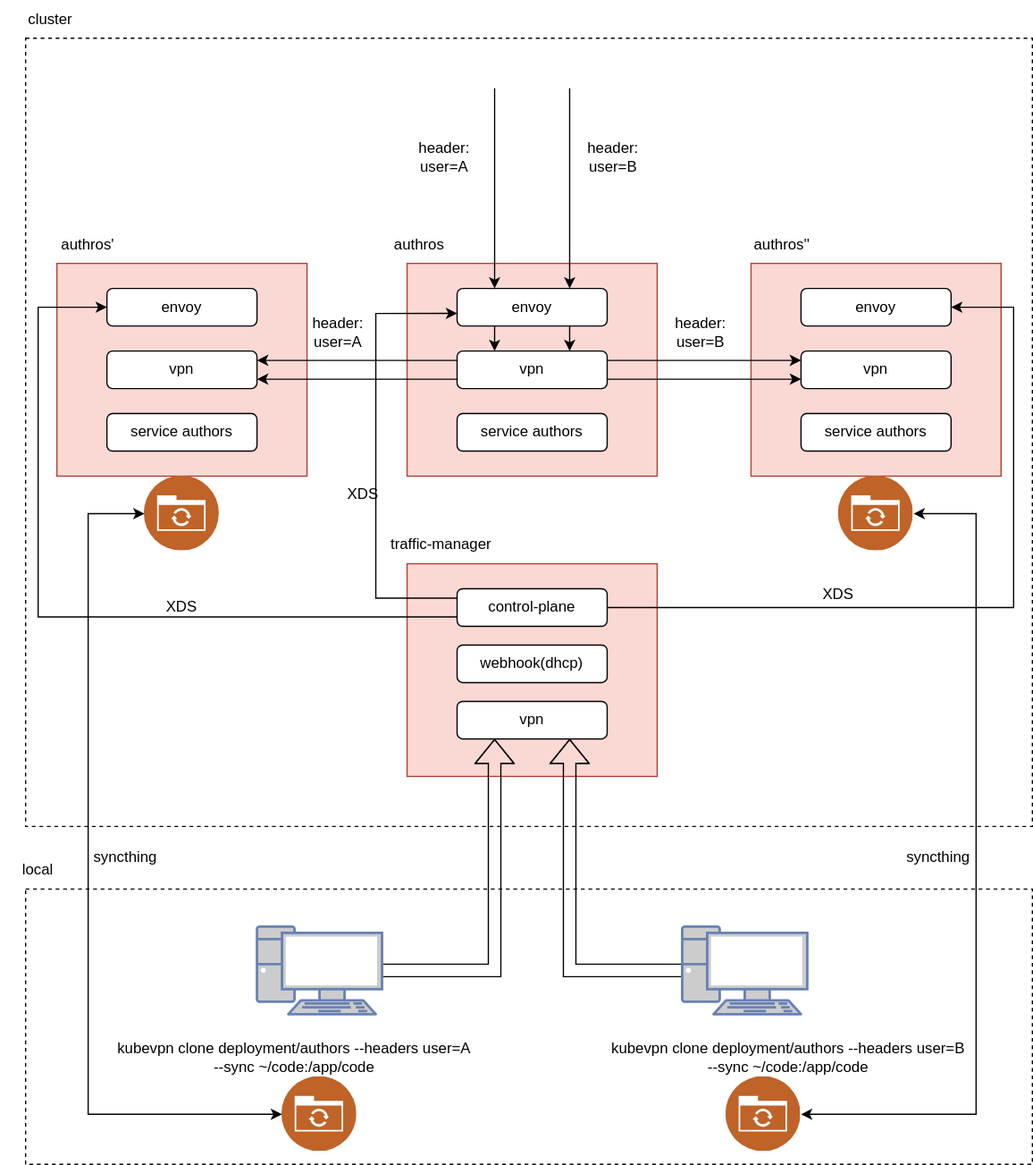
kubenetworks/kubenetworks.github.io keeps this draw.io diagram as i18n/zh/docusaurus-plugin-content-docs/current/architecture/clone.svg. Above is the earlier version. Source tidied: cells renumbered, new cells last; positions are measured from the earlier drawing's top-left corner, leaving out a move shared by most shapes. The source it was exported from:
```xml
<mxGraphModel>
  <root>
    <mxCell id="0" />
    <mxCell id="1" parent="0" />
    <mxCell id="2" style="rounded=0;whiteSpace=wrap;html=1;dashed=1;" parent="1" vertex="1">
      <mxGeometry x="20" y="710" width="805" height="220" as="geometry" />
    </mxCell>
    <mxCell id="3" style="rounded=0;whiteSpace=wrap;html=1;dashed=1;" parent="1" vertex="1">
      <mxGeometry x="20" y="30" width="805" height="630" as="geometry" />
    </mxCell>
    <mxCell id="4" style="rounded=0;whiteSpace=wrap;html=1;fillColor=#fad9d5;strokeColor=#ae4132;" parent="1" vertex="1">
      <mxGeometry x="325" y="210" width="200" height="170" as="geometry" />
    </mxCell>
    <mxCell id="5" style="rounded=0;whiteSpace=wrap;html=1;fillColor=#fad9d5;strokeColor=#ae4132;" parent="1" vertex="1">
      <mxGeometry x="325" y="450" width="200" height="170" as="geometry" />
    </mxCell>
    <mxCell id="6" style="edgeStyle=orthogonalEdgeStyle;rounded=0;jettySize=auto;html=1;entryX=0.2;entryY=0.235;entryDx=0;entryDy=0;entryPerimeter=0;exitX=0;exitY=0.25;exitDx=0;exitDy=0;curved=0;" parent="1" edge="1" source="9" target="4">
      <mxGeometry relative="1" as="geometry">
        <Array as="points">
          <mxPoint x="300" y="477" />
          <mxPoint x="300" y="250" />
        </Array>
      </mxGeometry>
    </mxCell>
    <mxCell id="7" value="webhook(dhcp)" style="rounded=1;whiteSpace=wrap;html=1;" parent="1" vertex="1">
      <mxGeometry x="365" y="515" width="120" height="30" as="geometry" />
    </mxCell>
    <mxCell id="8" value="vpn" style="rounded=1;whiteSpace=wrap;html=1;" parent="1" vertex="1">
      <mxGeometry x="365" y="560" width="120" height="30" as="geometry" />
    </mxCell>
    <mxCell id="9" value="control-plane" style="rounded=1;whiteSpace=wrap;html=1;" parent="1" vertex="1">
      <mxGeometry x="365" y="470" width="120" height="30" as="geometry" />
    </mxCell>
    <mxCell id="10" value="envoy" style="rounded=1;whiteSpace=wrap;html=1;" parent="1" vertex="1">
      <mxGeometry x="365" y="230" width="120" height="30" as="geometry" />
    </mxCell>
    <mxCell id="11" value="service authors" style="rounded=1;whiteSpace=wrap;html=1;" parent="1" vertex="1">
      <mxGeometry x="365" y="330" width="120" height="30" as="geometry" />
    </mxCell>
    <mxCell id="12" value="vpn" style="rounded=1;whiteSpace=wrap;html=1;" parent="1" vertex="1">
      <mxGeometry x="365" y="280" width="120" height="30" as="geometry" />
    </mxCell>
    <mxCell id="13" style="endArrow=classic;html=1;rounded=0;entryX=0.25;entryY=0;entryDx=0;entryDy=0;" parent="1" edge="1" target="10">
      <mxGeometry relative="1" as="geometry">
        <mxPoint x="395" y="70" as="sourcePoint" />
      </mxGeometry>
    </mxCell>
    <mxCell id="14" style="endArrow=classic;html=1;rounded=0;entryX=0.75;entryY=0;entryDx=0;entryDy=0;" parent="1" edge="1" target="10">
      <mxGeometry relative="1" as="geometry">
        <mxPoint x="455" y="70" as="sourcePoint" />
      </mxGeometry>
    </mxCell>
    <mxCell id="15" value="header:&lt;div&gt;user=A&lt;/div&gt;" style="text;html=1;align=center;verticalAlign=middle;whiteSpace=wrap;rounded=0;" parent="1" vertex="1">
      <mxGeometry x="325" y="110" width="60" height="30" as="geometry" />
    </mxCell>
    <mxCell id="16" value="header:&lt;div&gt;user=B&lt;/div&gt;" style="text;html=1;align=center;verticalAlign=middle;whiteSpace=wrap;rounded=0;" parent="1" vertex="1">
      <mxGeometry x="460" y="110" width="60" height="30" as="geometry" />
    </mxCell>
    <mxCell id="17" style="edgeStyle=orthogonalEdgeStyle;rounded=0;jettySize=auto;html=1;entryX=0.25;entryY=1;entryDx=0;entryDy=0;startArrow=none;startFill=0;shape=flexArrow;" parent="1" edge="1" source="18" target="8">
      <mxGeometry relative="1" as="geometry" />
    </mxCell>
    <mxCell id="18" style="fontColor=#0066CC;verticalAlign=top;verticalLabelPosition=bottom;labelPosition=center;align=center;html=1;outlineConnect=0;fillColor=#CCCCCC;strokeColor=#6881B3;gradientColor=none;gradientDirection=north;strokeWidth=2;shape=mxgraph.networks.pc;" parent="1" vertex="1">
      <mxGeometry x="205" y="740" width="100" height="70" as="geometry" />
    </mxCell>
    <mxCell id="19" style="edgeStyle=orthogonalEdgeStyle;rounded=0;jettySize=auto;html=1;entryX=0.75;entryY=1;entryDx=0;entryDy=0;startArrow=none;startFill=0;shape=flexArrow;" parent="1" edge="1" source="20" target="8">
      <mxGeometry relative="1" as="geometry" />
    </mxCell>
    <mxCell id="20" style="fontColor=#0066CC;verticalAlign=top;verticalLabelPosition=bottom;labelPosition=center;align=center;html=1;outlineConnect=0;fillColor=#CCCCCC;strokeColor=#6881B3;gradientColor=none;gradientDirection=north;strokeWidth=2;shape=mxgraph.networks.pc;" parent="1" vertex="1">
      <mxGeometry x="545" y="740" width="100" height="70" as="geometry" />
    </mxCell>
    <mxCell id="21" value="kubevpn clone deployment/authors --headers user=A&lt;div&gt;--sync ~/code:/app/code&lt;/div&gt;" style="text;html=1;align=center;verticalAlign=middle;whiteSpace=wrap;rounded=0;" parent="1" vertex="1">
      <mxGeometry x="85" y="830" width="300" height="30" as="geometry" />
    </mxCell>
    <mxCell id="22" value="kubevpn clone deployment/authors --headers user=B&lt;div&gt;--sync ~/code:/app/code&lt;/div&gt;" style="text;html=1;align=center;verticalAlign=middle;whiteSpace=wrap;rounded=0;" parent="1" vertex="1">
      <mxGeometry x="475" y="830" width="310" height="30" as="geometry" />
    </mxCell>
    <mxCell id="23" style="edgeStyle=orthogonalEdgeStyle;rounded=0;jettySize=auto;html=1;exitX=0.25;exitY=1;exitDx=0;exitDy=0;entryX=0.25;entryY=0;entryDx=0;entryDy=0;" parent="1" edge="1" source="10" target="12">
      <mxGeometry relative="1" as="geometry" />
    </mxCell>
    <mxCell id="24" style="edgeStyle=orthogonalEdgeStyle;rounded=0;jettySize=auto;html=1;exitX=0.75;exitY=1;exitDx=0;exitDy=0;entryX=0.75;entryY=0;entryDx=0;entryDy=0;" parent="1" edge="1" source="10" target="12">
      <mxGeometry relative="1" as="geometry" />
    </mxCell>
    <mxCell id="25" value="XDS" style="text;html=1;align=center;verticalAlign=middle;whiteSpace=wrap;rounded=0;" parent="1" vertex="1">
      <mxGeometry x="260" y="380" width="60" height="30" as="geometry" />
    </mxCell>
    <mxCell id="26" value="traffic-manager" style="text;html=1;align=center;verticalAlign=middle;whiteSpace=wrap;rounded=0;" parent="1" vertex="1">
      <mxGeometry x="305" y="420" width="95" height="30" as="geometry" />
    </mxCell>
    <mxCell id="27" value="authros" style="text;html=1;align=center;verticalAlign=middle;whiteSpace=wrap;rounded=0;" parent="1" vertex="1">
      <mxGeometry x="300" y="180" width="70" height="30" as="geometry" />
    </mxCell>
    <mxCell id="28" style="rounded=0;whiteSpace=wrap;html=1;fillColor=#fad9d5;strokeColor=#ae4132;" parent="1" vertex="1">
      <mxGeometry x="600" y="210" width="200" height="170" as="geometry" />
    </mxCell>
    <mxCell id="29" value="envoy" style="rounded=1;whiteSpace=wrap;html=1;" parent="1" vertex="1">
      <mxGeometry x="640" y="230" width="120" height="30" as="geometry" />
    </mxCell>
    <mxCell id="30" value="service authors" style="rounded=1;whiteSpace=wrap;html=1;" parent="1" vertex="1">
      <mxGeometry x="640" y="330" width="120" height="30" as="geometry" />
    </mxCell>
    <mxCell id="31" value="vpn" style="rounded=1;whiteSpace=wrap;html=1;" parent="1" vertex="1">
      <mxGeometry x="640" y="280" width="120" height="30" as="geometry" />
    </mxCell>
    <mxCell id="32" style="edgeStyle=orthogonalEdgeStyle;rounded=0;jettySize=auto;html=1;exitX=1;exitY=0.75;exitDx=0;exitDy=0;entryX=0;entryY=0.75;entryDx=0;entryDy=0;" parent="1" edge="1" source="12" target="31">
      <mxGeometry relative="1" as="geometry" />
    </mxCell>
    <mxCell id="33" style="edgeStyle=orthogonalEdgeStyle;rounded=0;jettySize=auto;html=1;exitX=1;exitY=0.25;exitDx=0;exitDy=0;entryX=0;entryY=0.25;entryDx=0;entryDy=0;" parent="1" edge="1" source="12" target="31">
      <mxGeometry relative="1" as="geometry" />
    </mxCell>
    <mxCell id="34" value="authros''" style="text;html=1;align=center;verticalAlign=middle;whiteSpace=wrap;rounded=0;" parent="1" vertex="1">
      <mxGeometry x="590" y="180" width="70" height="30" as="geometry" />
    </mxCell>
    <mxCell id="35" style="rounded=0;whiteSpace=wrap;html=1;fillColor=#fad9d5;strokeColor=#ae4132;" parent="1" vertex="1">
      <mxGeometry x="45" y="210" width="200" height="170" as="geometry" />
    </mxCell>
    <mxCell id="36" value="envoy" style="rounded=1;whiteSpace=wrap;html=1;" parent="1" vertex="1">
      <mxGeometry x="85" y="230" width="120" height="30" as="geometry" />
    </mxCell>
    <mxCell id="37" value="service authors" style="rounded=1;whiteSpace=wrap;html=1;" parent="1" vertex="1">
      <mxGeometry x="85" y="330" width="120" height="30" as="geometry" />
    </mxCell>
    <mxCell id="38" style="edgeStyle=orthogonalEdgeStyle;rounded=0;jettySize=auto;html=1;exitX=1;exitY=0.25;exitDx=0;exitDy=0;entryX=0;entryY=0.25;entryDx=0;entryDy=0;startArrow=classic;startFill=1;endArrow=none;endFill=0;" parent="1" edge="1" source="40" target="12">
      <mxGeometry relative="1" as="geometry" />
    </mxCell>
    <mxCell id="39" style="edgeStyle=orthogonalEdgeStyle;rounded=0;jettySize=auto;html=1;exitX=1;exitY=0.75;exitDx=0;exitDy=0;entryX=0;entryY=0.75;entryDx=0;entryDy=0;startArrow=classic;startFill=1;endArrow=none;endFill=0;" parent="1" edge="1" source="40" target="12">
      <mxGeometry relative="1" as="geometry" />
    </mxCell>
    <mxCell id="40" value="vpn" style="rounded=1;whiteSpace=wrap;html=1;" parent="1" vertex="1">
      <mxGeometry x="85" y="280" width="120" height="30" as="geometry" />
    </mxCell>
    <mxCell id="41" value="authros'" style="text;html=1;align=center;verticalAlign=middle;whiteSpace=wrap;rounded=0;" parent="1" vertex="1">
      <mxGeometry x="35" y="180" width="70" height="30" as="geometry" />
    </mxCell>
    <mxCell id="42" value="header:&lt;div&gt;user=B&lt;/div&gt;" style="text;html=1;align=center;verticalAlign=middle;whiteSpace=wrap;rounded=0;" parent="1" vertex="1">
      <mxGeometry x="530" y="250" width="60" height="30" as="geometry" />
    </mxCell>
    <mxCell id="43" value="header:&lt;div&gt;user=A&lt;/div&gt;" style="text;html=1;align=center;verticalAlign=middle;whiteSpace=wrap;rounded=0;" parent="1" vertex="1">
      <mxGeometry x="240" y="250" width="60" height="30" as="geometry" />
    </mxCell>
    <mxCell id="44" style="edgeStyle=orthogonalEdgeStyle;rounded=0;jettySize=auto;html=1;entryX=1;entryY=0.5;entryDx=0;entryDy=0;" parent="1" edge="1" source="9" target="29">
      <mxGeometry relative="1" as="geometry">
        <Array as="points">
          <mxPoint x="810" y="485" />
          <mxPoint x="810" y="245" />
        </Array>
      </mxGeometry>
    </mxCell>
    <mxCell id="45" style="edgeStyle=orthogonalEdgeStyle;rounded=0;jettySize=auto;html=1;exitX=0;exitY=0.75;exitDx=0;exitDy=0;entryX=0;entryY=0.5;entryDx=0;entryDy=0;" parent="1" edge="1" source="9" target="36">
      <mxGeometry relative="1" as="geometry">
        <Array as="points">
          <mxPoint x="30" y="492" />
          <mxPoint x="30" y="245" />
        </Array>
      </mxGeometry>
    </mxCell>
    <mxCell id="46" value="XDS" style="text;html=1;align=center;verticalAlign=middle;whiteSpace=wrap;rounded=0;" parent="1" vertex="1">
      <mxGeometry x="115" y="470" width="60" height="30" as="geometry" />
    </mxCell>
    <mxCell id="47" value="XDS" style="text;html=1;align=center;verticalAlign=middle;whiteSpace=wrap;rounded=0;" parent="1" vertex="1">
      <mxGeometry x="640" y="460" width="60" height="30" as="geometry" />
    </mxCell>
    <mxCell id="48" style="edgeStyle=orthogonalEdgeStyle;rounded=0;jettySize=auto;html=1;startArrow=classic;startFill=1;strokeWidth=1;exitX=0;exitY=0.5;exitDx=0;exitDy=0;" parent="1" edge="1" source="49" target="50">
      <mxGeometry relative="1" as="geometry">
        <Array as="points">
          <mxPoint x="70" y="890" />
          <mxPoint x="70" y="410" />
        </Array>
      </mxGeometry>
    </mxCell>
    <mxCell id="49" style="image;perimeter=ellipsePerimeter;html=1;align=center;shadow=0;dashed=0;fontColor=#4277BB;labelBackgroundColor=default;fontSize=12;spacingTop=3;image=img/lib/ibm/social/file_sync.svg;" parent="1" vertex="1">
      <mxGeometry x="225" y="860" width="60" height="60" as="geometry" />
    </mxCell>
    <mxCell id="50" style="image;perimeter=ellipsePerimeter;html=1;align=center;shadow=0;dashed=0;fontColor=#4277BB;labelBackgroundColor=default;fontSize=12;spacingTop=3;image=img/lib/ibm/social/file_sync.svg;" parent="1" vertex="1">
      <mxGeometry x="115" y="380" width="60" height="60" as="geometry" />
    </mxCell>
    <mxCell id="51" style="edgeStyle=orthogonalEdgeStyle;rounded=0;jettySize=auto;html=1;entryX=1;entryY=0.5;entryDx=0;entryDy=0;startArrow=classic;startFill=1;strokeWidth=1;exitX=1;exitY=0.5;exitDx=0;exitDy=0;" parent="1" edge="1" source="52" target="53">
      <mxGeometry relative="1" as="geometry">
        <Array as="points">
          <mxPoint x="780" y="890" />
          <mxPoint x="780" y="410" />
        </Array>
      </mxGeometry>
    </mxCell>
    <mxCell id="52" style="image;perimeter=ellipsePerimeter;html=1;align=center;shadow=0;dashed=0;fontColor=#4277BB;labelBackgroundColor=default;fontSize=12;spacingTop=3;image=img/lib/ibm/social/file_sync.svg;" parent="1" vertex="1">
      <mxGeometry x="580" y="860" width="60" height="60" as="geometry" />
    </mxCell>
    <mxCell id="53" style="image;perimeter=ellipsePerimeter;html=1;align=center;shadow=0;dashed=0;fontColor=#4277BB;labelBackgroundColor=default;fontSize=12;spacingTop=3;image=img/lib/ibm/social/file_sync.svg;" parent="1" vertex="1">
      <mxGeometry x="670" y="380" width="60" height="60" as="geometry" />
    </mxCell>
    <mxCell id="54" value="cluster" style="text;html=1;align=center;verticalAlign=middle;whiteSpace=wrap;rounded=0;" parent="1" vertex="1">
      <mxGeometry x="10" width="60" height="30" as="geometry" />
    </mxCell>
    <mxCell id="55" value="local" style="text;html=1;align=center;verticalAlign=middle;whiteSpace=wrap;rounded=0;" parent="1" vertex="1">
      <mxGeometry y="680" width="60" height="30" as="geometry" />
    </mxCell>
    <mxCell id="56" value="syncthing" style="text;html=1;align=center;verticalAlign=middle;whiteSpace=wrap;rounded=0;" parent="1" vertex="1">
      <mxGeometry x="70" y="670" width="60" height="30" as="geometry" />
    </mxCell>
    <mxCell id="57" value="syncthing" style="text;html=1;align=center;verticalAlign=middle;whiteSpace=wrap;rounded=0;" parent="1" vertex="1">
      <mxGeometry x="720" y="670" width="60" height="30" as="geometry" />
    </mxCell>
  </root>
</mxGraphModel>
```
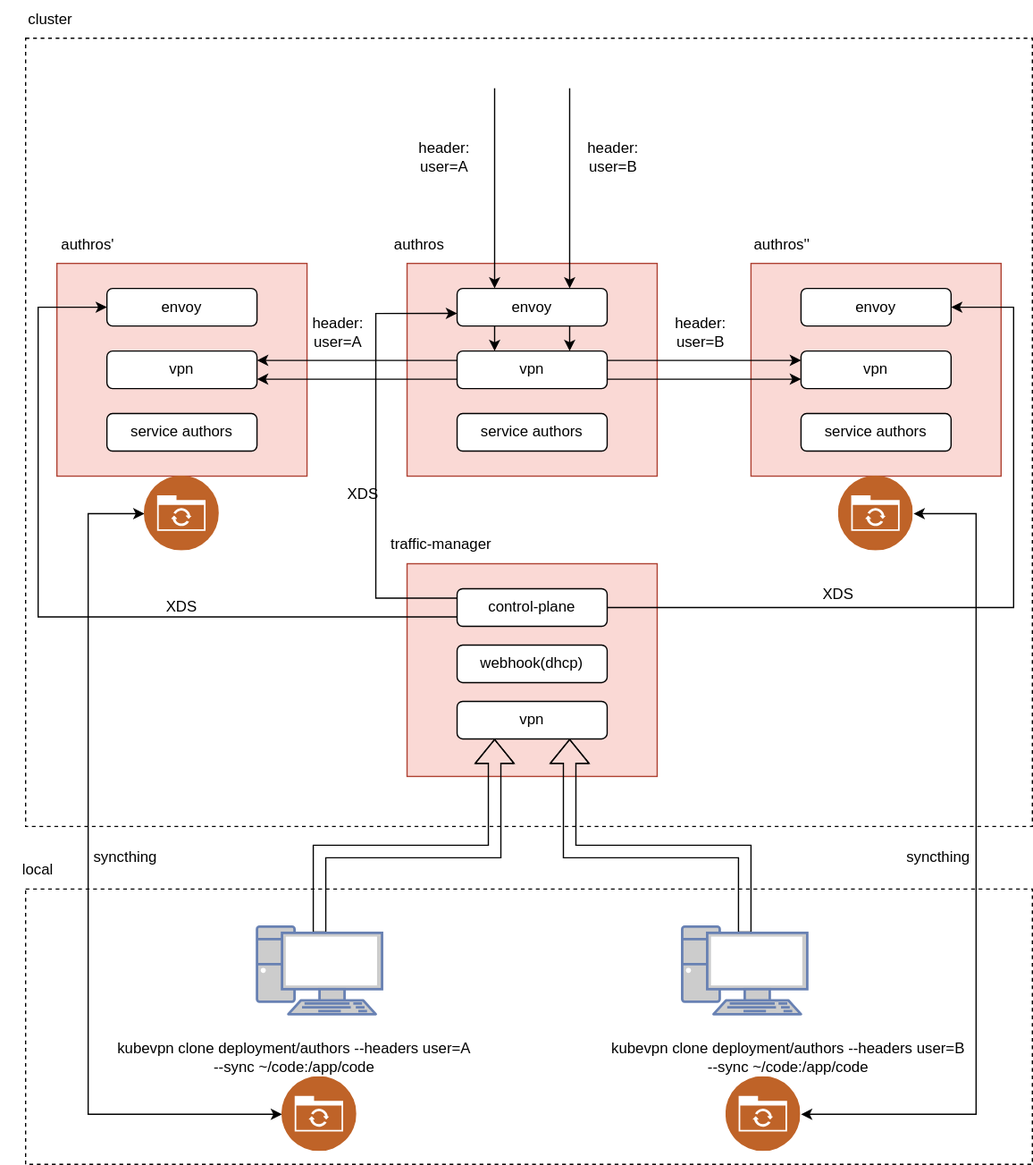
After the change.

The edit, as a diff of the source:
```diff
@@ -56,14 +56,24 @@
     <mxCell id="16" value="header:&lt;div&gt;user=B&lt;/div&gt;" style="text;html=1;align=center;verticalAlign=middle;whiteSpace=wrap;rounded=0;" parent="1" vertex="1">
       <mxGeometry x="460" y="110" width="60" height="30" as="geometry" />
     </mxCell>
-    <mxCell id="17" style="edgeStyle=orthogonalEdgeStyle;rounded=0;jettySize=auto;html=1;entryX=0.25;entryY=1;entryDx=0;entryDy=0;startArrow=none;startFill=0;shape=flexArrow;" parent="1" edge="1" source="18" target="8">
-      <mxGeometry relative="1" as="geometry" />
+    <mxCell id="17" style="edgeStyle=orthogonalEdgeStyle;rounded=0;jettySize=auto;html=1;entryX=0.25;entryY=1;entryDx=0;entryDy=0;startArrow=none;startFill=0;shape=flexArrow;exitX=0.5;exitY=0.07;exitDx=0;exitDy=0;exitPerimeter=0;" parent="1" edge="1" source="18" target="8">
+      <mxGeometry relative="1" as="geometry">
+        <Array as="points">
+          <mxPoint x="255" y="680" />
+          <mxPoint x="395" y="680" />
+        </Array>
+      </mxGeometry>
     </mxCell>
     <mxCell id="18" style="fontColor=#0066CC;verticalAlign=top;verticalLabelPosition=bottom;labelPosition=center;align=center;html=1;outlineConnect=0;fillColor=#CCCCCC;strokeColor=#6881B3;gradientColor=none;gradientDirection=north;strokeWidth=2;shape=mxgraph.networks.pc;" parent="1" vertex="1">
       <mxGeometry x="205" y="740" width="100" height="70" as="geometry" />
     </mxCell>
-    <mxCell id="19" style="edgeStyle=orthogonalEdgeStyle;rounded=0;jettySize=auto;html=1;entryX=0.75;entryY=1;entryDx=0;entryDy=0;startArrow=none;startFill=0;shape=flexArrow;" parent="1" edge="1" source="20" target="8">
-      <mxGeometry relative="1" as="geometry" />
+    <mxCell id="19" style="edgeStyle=orthogonalEdgeStyle;rounded=0;jettySize=auto;html=1;entryX=0.75;entryY=1;entryDx=0;entryDy=0;startArrow=none;startFill=0;shape=flexArrow;exitX=0.5;exitY=0.07;exitDx=0;exitDy=0;exitPerimeter=0;" parent="1" edge="1" source="20" target="8">
+      <mxGeometry relative="1" as="geometry">
+        <Array as="points">
+          <mxPoint x="595" y="680" />
+          <mxPoint x="455" y="680" />
+        </Array>
+      </mxGeometry>
     </mxCell>
     <mxCell id="20" style="fontColor=#0066CC;verticalAlign=top;verticalLabelPosition=bottom;labelPosition=center;align=center;html=1;outlineConnect=0;fillColor=#CCCCCC;strokeColor=#6881B3;gradientColor=none;gradientDirection=north;strokeWidth=2;shape=mxgraph.networks.pc;" parent="1" vertex="1">
       <mxGeometry x="545" y="740" width="100" height="70" as="geometry" />
```
